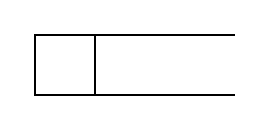
Above: 数据库实验.drawio in math-zhuxy/DatabaseFig (draw.io), before the change. Source tidied: cells renumbered, new cells numbered last; positions are measured from the earlier drawing's top-left corner, leaving out a move shared by most shapes. Both pictures are drawn from the tidied source at 200%, with x=0, y=0 at pixel (34, 34).
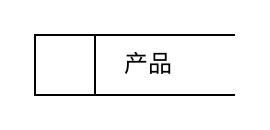
The same diagram, later.

Commit message:
更新数据库实验.drawio

What changed in the source:
```diff
@@
 <mxGraphModel>
   <root>
     <mxCell id="0" />
     <mxCell id="1" parent="0" />
-    <mxCell id="2" style="html=1;dashed=0;whiteSpace=wrap;shape=mxgraph.dfd.dataStoreID;align=left;spacingLeft=3;" parent="1" vertex="1">
+    <mxCell id="2" value="&amp;nbsp; &amp;nbsp; &amp;nbsp; &amp;nbsp; &amp;nbsp; &amp;nbsp; 产品" style="html=1;dashed=0;whiteSpace=wrap;shape=mxgraph.dfd.dataStoreID;align=left;spacingLeft=3;" parent="1" vertex="1">
       <mxGeometry width="100" height="30" as="geometry" />
     </mxCell>
   </root>
 </mxGraphModel>
```
